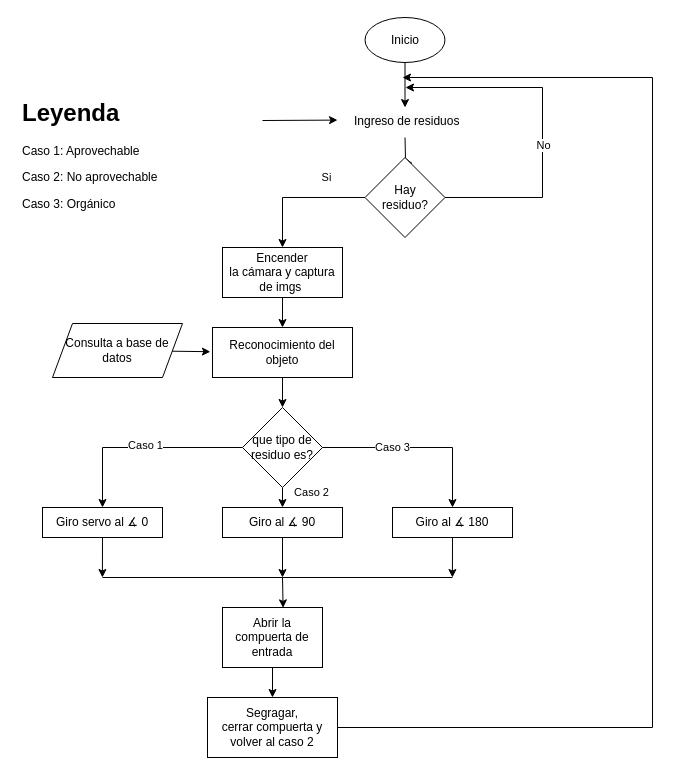
Before: page "funcionamientoPj" (1 of 2) of draw/smart_trash_can.drawio in luis10095/FD, a draw.io diagram. Source tidied: cells renumbered, new cells numbered last; positions are measured from the earlier drawing's top-left corner, leaving out a move shared by most shapes. Both pictures are drawn from the tidied source at 100%, with x=0, y=0 at pixel (17, 17).
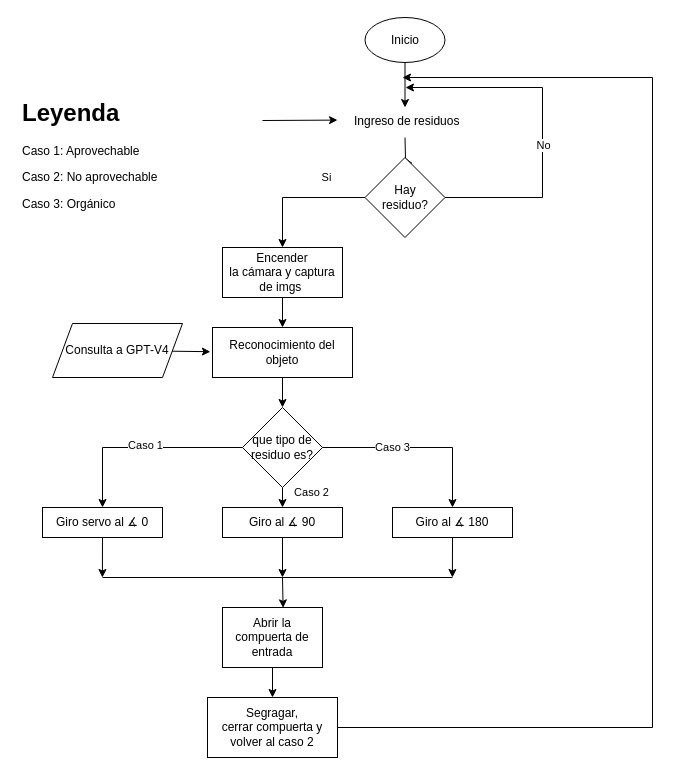
The same page after the edit.

What changed in the source:
```diff
@@
-    <mxCell id="34" value="Consulta a base de datos" style="shape=parallelogram;perimeter=parallelogramPerimeter;whiteSpace=wrap;html=1;fixedSize=1;" parent="1" vertex="1">
+    <mxCell id="34" value="Consulta a GPT-V4" style="shape=parallelogram;perimeter=parallelogramPerimeter;whiteSpace=wrap;html=1;fixedSize=1;" parent="1" vertex="1">
       <mxGeometry x="35" y="306" width="130" height="54" as="geometry" />
     </mxCell>
```
